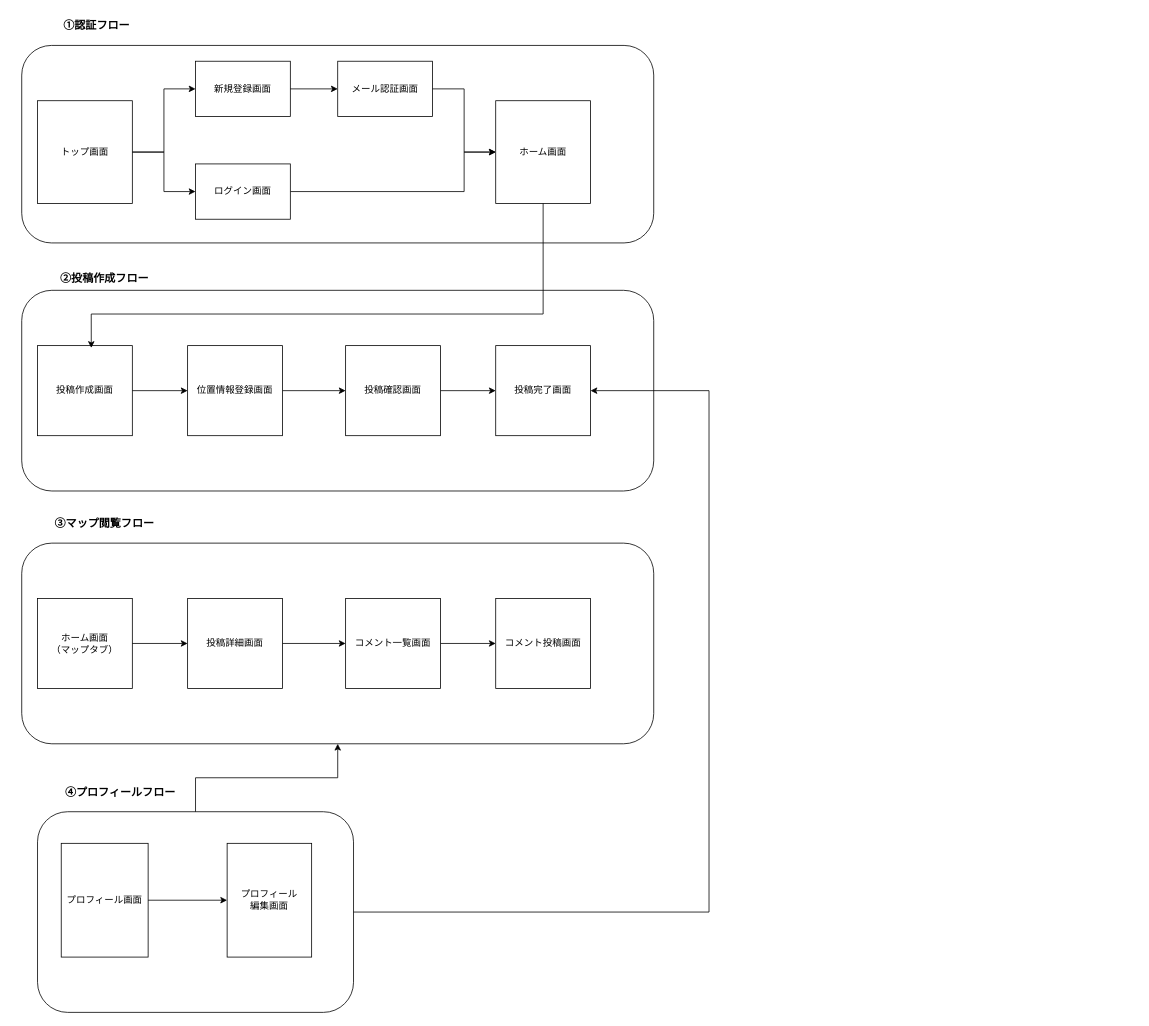
Earlier version of the draw.io diagram UIFlows.drawio (Takuo27/Travel_Map). Source tidied: cells renumbered, new cells numbered last; positions are measured from the earlier drawing's top-left corner, leaving out a move shared by most shapes. Both pictures are drawn from the tidied source at 79%, with x=0, y=0 at pixel (13, 13).
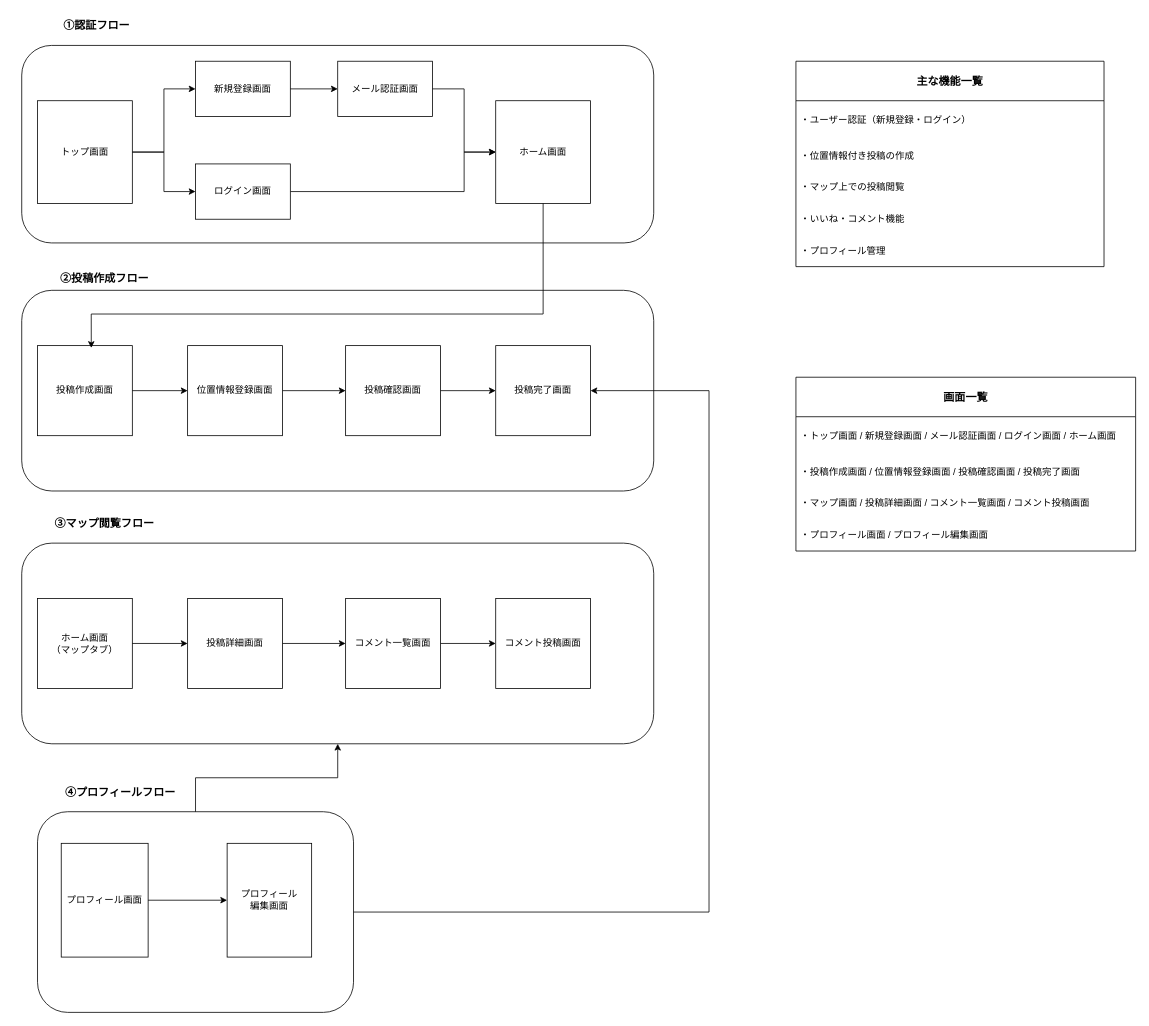
The same diagram, later.

Change to the diagram source:
```diff
@@
+    <mxCell id="48" value="&lt;font style=&quot;font-size: 14px;&quot;&gt;主な機能一覧&lt;/font&gt;" style="swimlane;fontStyle=1;horizontal=1;startSize=50;whiteSpace=wrap;html=1;" parent="1" vertex="1">
+      <mxGeometry x="990" y="60" width="390" height="260" as="geometry" />
+    </mxCell>
+    <mxCell id="49" value="・&lt;span style=&quot;background-color: transparent; color: light-dark(rgb(0, 0, 0), rgb(255, 255, 255));&quot;&gt;ユーザー認証（新規登録・ログイン）&lt;/span&gt;" style="text;strokeColor=none;fillColor=none;align=left;verticalAlign=middle;spacingLeft=4;spacingRight=4;overflow=hidden;whiteSpace=wrap;html=1;" parent="48" vertex="1">
+      <mxGeometry y="50" width="390" height="50" as="geometry" />
+    </mxCell>
+    <mxCell id="50" value="・位置情報付き投稿の作成" style="text;strokeColor=none;fillColor=none;align=left;verticalAlign=middle;spacingLeft=4;spacingRight=4;overflow=hidden;whiteSpace=wrap;html=1;" parent="48" vertex="1">
+      <mxGeometry y="100" width="390" height="40" as="geometry" />
+    </mxCell>
+    <mxCell id="51" value="・マップ上での投稿閲覧" style="text;strokeColor=none;fillColor=none;align=left;verticalAlign=middle;spacingLeft=4;spacingRight=4;overflow=hidden;whiteSpace=wrap;html=1;" parent="48" vertex="1">
+      <mxGeometry y="140" width="390" height="40" as="geometry" />
+    </mxCell>
+    <mxCell id="52" value="・いいね・コメント機能" style="text;strokeColor=none;fillColor=none;align=left;verticalAlign=middle;spacingLeft=4;spacingRight=4;overflow=hidden;whiteSpace=wrap;html=1;" parent="48" vertex="1">
+      <mxGeometry y="180" width="390" height="40" as="geometry" />
+    </mxCell>
+    <mxCell id="53" value="・プロフィール管理" style="text;strokeColor=none;fillColor=none;align=left;verticalAlign=middle;spacingLeft=4;spacingRight=4;overflow=hidden;whiteSpace=wrap;html=1;" parent="48" vertex="1">
+      <mxGeometry y="220" width="390" height="40" as="geometry" />
+    </mxCell>
+    <mxCell id="54" value="&lt;font style=&quot;font-size: 14px;&quot;&gt;画面一覧&lt;/font&gt;" style="swimlane;fontStyle=1;horizontal=1;startSize=50;whiteSpace=wrap;html=1;" parent="1" vertex="1">
+      <mxGeometry x="990" y="460" width="430" height="220" as="geometry" />
+    </mxCell>
+    <mxCell id="55" value="・トップ画面 / 新規登録画面 / メール認証画面 / ログイン画面 / ホーム画面" style="text;strokeColor=none;fillColor=none;align=left;verticalAlign=middle;spacingLeft=4;spacingRight=4;overflow=hidden;whiteSpace=wrap;html=1;" parent="54" vertex="1">
+      <mxGeometry y="50" width="430" height="50" as="geometry" />
+    </mxCell>
+    <mxCell id="56" value="・投稿作成画面 / 位置情報登録画面 / 投稿確認画面 / 投稿完了画面" style="text;strokeColor=none;fillColor=none;align=left;verticalAlign=middle;spacingLeft=4;spacingRight=4;overflow=hidden;whiteSpace=wrap;html=1;" parent="54" vertex="1">
+      <mxGeometry y="100" width="430" height="40" as="geometry" />
+    </mxCell>
+    <mxCell id="57" value="・マップ画面 / 投稿詳細画面 / コメント一覧画面 / コメント投稿画面" style="text;strokeColor=none;fillColor=none;align=left;verticalAlign=middle;spacingLeft=4;spacingRight=4;overflow=hidden;whiteSpace=wrap;html=1;" parent="54" vertex="1">
+      <mxGeometry y="140" width="430" height="40" as="geometry" />
+    </mxCell>
+    <mxCell id="58" value="・プロフィール画面 / プロフィール編集画面" style="text;strokeColor=none;fillColor=none;align=left;verticalAlign=middle;spacingLeft=4;spacingRight=4;overflow=hidden;whiteSpace=wrap;html=1;" parent="54" vertex="1">
+      <mxGeometry y="180" width="430" height="40" as="geometry" />
+    </mxCell>
```
